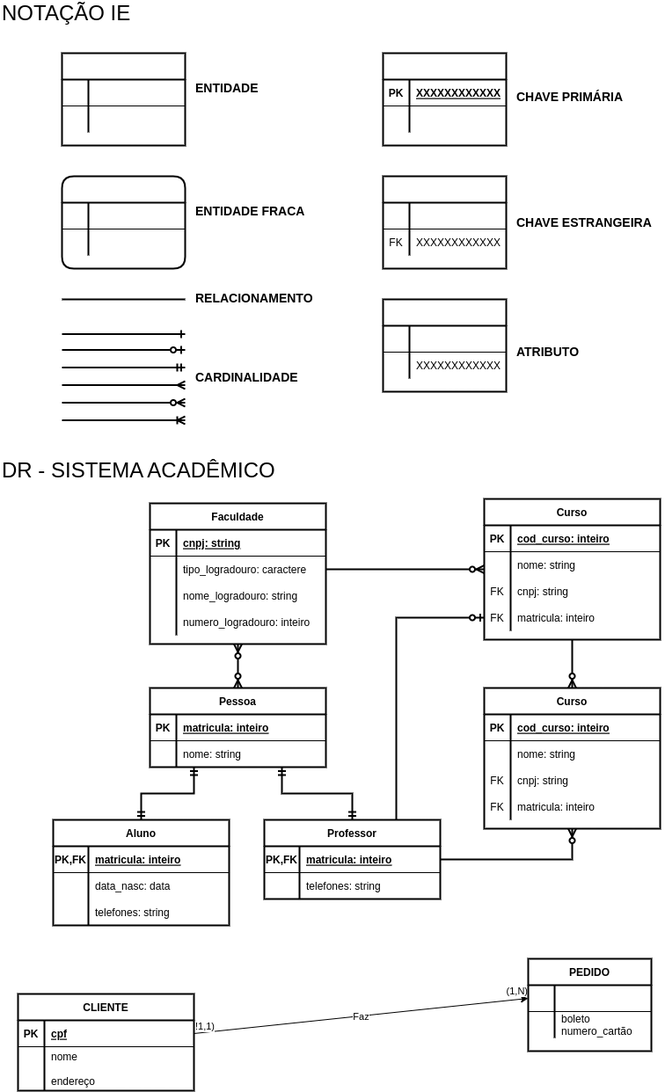
This is Banco_de_Dados/Q2TRAB.drawio.png from EdinilsonSousa/cods_aleatorios, a draw.io export, as it was before one commit. Source tidied: cells renumbered, new cells last; positions are measured from the earlier drawing's top-left corner, leaving out a move shared by most shapes.
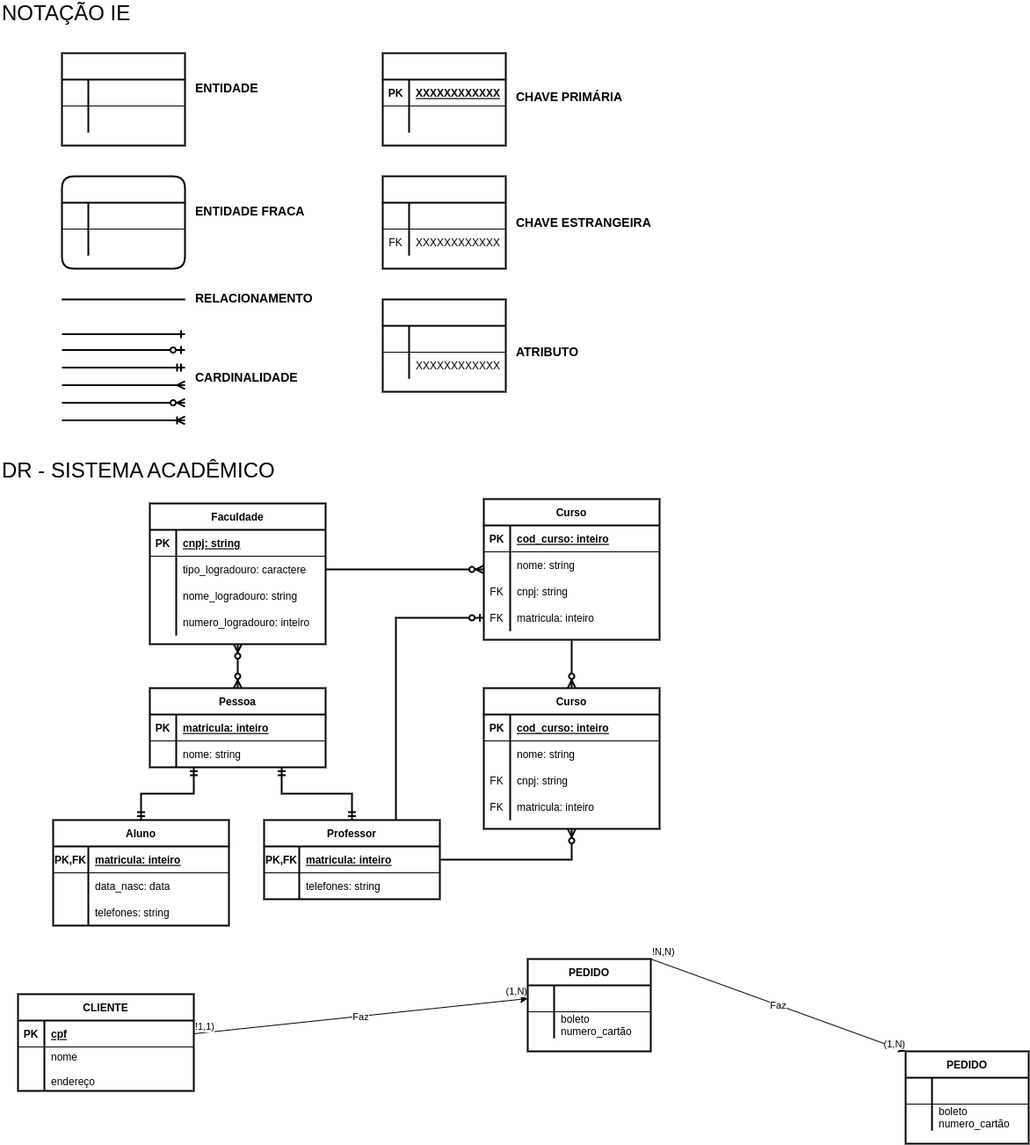
The same file after the commit.

What changed in the source:
```diff
@@ -444,5 +444,38 @@
     <mxCell id="140" value="boleto&#10;numero_cartão" style="shape=partialRectangle;overflow=hidden;fillColor=none;top=0;left=0;bottom=0;right=0;align=left;spacingLeft=6;" parent="138" vertex="1">
       <mxGeometry x="30" width="110" height="30" as="geometry" />
     </mxCell>
+    <mxCell id="141" value="PEDIDO" style="shape=table;startSize=30;rowLines=0;fontStyle=1;align=center;strokeWidth=2;" parent="1" vertex="1">
+      <mxGeometry x="1030" y="1195" width="140" height="105" as="geometry" />
+    </mxCell>
+    <mxCell id="142" style="shape=partialRectangle;fillColor=none;top=0;left=0;right=0;bottom=1;" parent="141" vertex="1">
+      <mxGeometry y="30" width="140" height="30" as="geometry" />
+    </mxCell>
+    <mxCell id="143" style="shape=partialRectangle;overflow=hidden;fillColor=none;top=0;left=0;bottom=0;right=0;fontStyle=1;" parent="142" vertex="1">
+      <mxGeometry width="30" height="30" as="geometry" />
+    </mxCell>
+    <mxCell id="144" style="shape=partialRectangle;overflow=hidden;fillColor=none;top=0;left=0;bottom=0;right=0;align=left;spacingLeft=6;fontStyle=5;" parent="142" vertex="1">
+      <mxGeometry x="30" width="110" height="30" as="geometry" />
+    </mxCell>
+    <mxCell id="145" style="shape=partialRectangle;fillColor=none;top=0;left=0;right=0;bottom=0;" parent="141" vertex="1">
+      <mxGeometry y="60" width="140" height="30" as="geometry" />
+    </mxCell>
+    <mxCell id="146" style="shape=partialRectangle;overflow=hidden;fillColor=none;top=0;left=0;bottom=0;right=0;" parent="145" vertex="1">
+      <mxGeometry width="30" height="30" as="geometry" />
+    </mxCell>
+    <mxCell id="147" value="boleto&#10;numero_cartão" style="shape=partialRectangle;overflow=hidden;fillColor=none;top=0;left=0;bottom=0;right=0;align=left;spacingLeft=6;" parent="145" vertex="1">
+      <mxGeometry x="30" width="110" height="30" as="geometry" />
+    </mxCell>
+    <mxCell id="148" style="endArrow=classic;html=1;rounded=0;exitX=1;exitY=0;exitDx=0;exitDy=0;entryX=0;entryY=0;entryDx=0;entryDy=0;" parent="1" edge="1" source="134" target="141">
+      <mxGeometry relative="1" as="geometry" />
+    </mxCell>
+    <mxCell id="149" value="Faz" style="edgeLabel;html=1;align=center;verticalAlign=middle;" parent="148" vertex="1">
+      <mxGeometry relative="1" as="geometry" />
+    </mxCell>
+    <mxCell id="150" value="!N,N)" style="edgeLabel;html=1;align=left;verticalAlign=bottom;" parent="148" vertex="1">
+      <mxGeometry x="-1" relative="1" as="geometry" />
+    </mxCell>
+    <mxCell id="151" value="(1,N)" style="edgeLabel;html=1;align=right;verticalAlign=bottom;" parent="148" vertex="1">
+      <mxGeometry x="1" relative="1" as="geometry" />
+    </mxCell>
   </root>
 </mxGraphModel>
```
